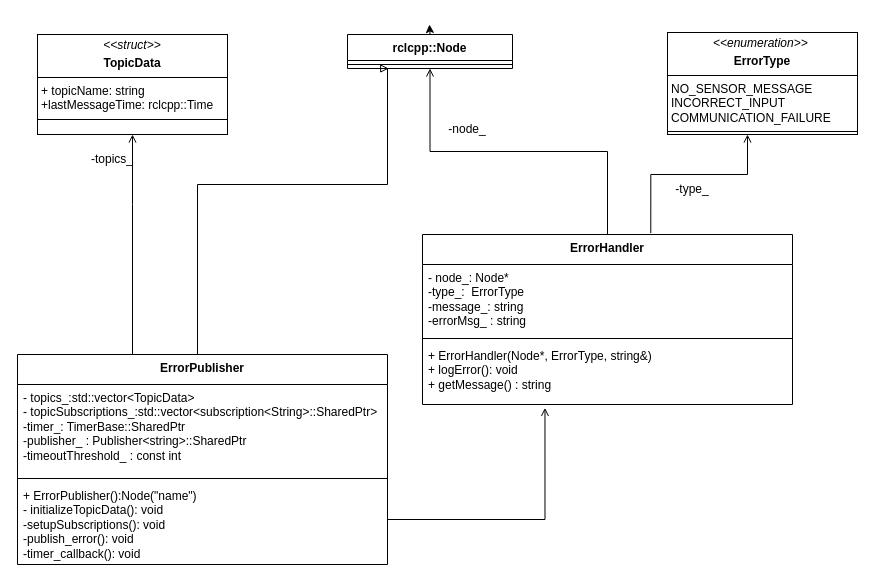
Above: Diagrams/UML/Error UML.drawio in mekuro9/PWAO-CSU (draw.io), before the change. Source tidied: cells renumbered, new cells numbered last; positions are measured from the earlier drawing's top-left corner, leaving out a move shared by most shapes. Both pictures are drawn from the tidied source at 100%, with x=0, y=0 at pixel (17, 24).
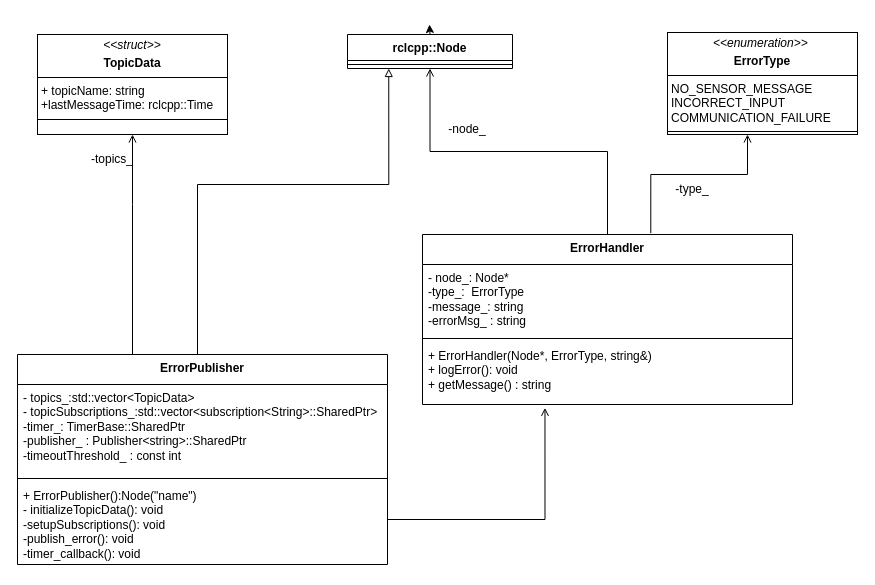
After the change.

The change refers to these unchanged cells:
```xml
<mxCell id="3" value="rclcpp::Node" style="swimlane;fontStyle=1;align=center;verticalAlign=top;horizontal=1;startSize=26;whiteSpace=wrap;html=1;" parent="1" vertex="1">
  <mxGeometry x="330" y="10" width="165" height="34" as="geometry" />
</mxCell>
<mxCell id="16" value="ErrorPublisher" style="swimlane;fontStyle=1;align=center;verticalAlign=top;horizontal=1;startSize=30;whiteSpace=wrap;html=1;" parent="1" vertex="1">
  <mxGeometry y="330" width="370" height="210" as="geometry" />
</mxCell>
```

What changed in the source:
```diff
@@
-    <mxCell id="14" style="edgeStyle=orthogonalEdgeStyle;rounded=0;jettySize=auto;html=1;entryX=0.25;entryY=1;entryDx=0;entryDy=0;endArrow=block;endFill=0;" parent="1" edge="1" source="16" target="3">
+    <mxCell id="14" style="edgeStyle=orthogonalEdgeStyle;rounded=0;jettySize=auto;html=1;entryX=0.25;entryY=1;entryDx=0;entryDy=0;endArrow=block;endFill=0;strokeWidth=1;" parent="1" edge="1" source="16" target="3">
       <mxGeometry relative="1" as="geometry">
         <Array as="points">
           <mxPoint x="180" y="160" />
-          <mxPoint x="370" y="160" />
-          <mxPoint x="370" y="44" />
+          <mxPoint x="371" y="160" />
         </Array>
       </mxGeometry>
     </mxCell>
```
